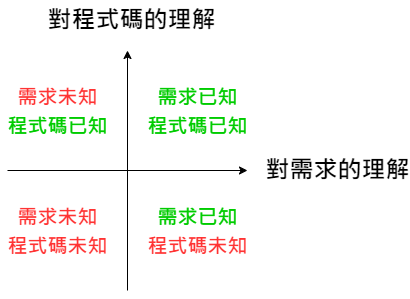
Earlier version of the draw.io export images/notes/2025/02/two-factor-matrix.png (YNCBearz/YNCBearz.github.io). Source tidied: cells renumbered, new cells last; positions are measured from the earlier drawing's top-left corner, leaving out a move shared by most shapes.
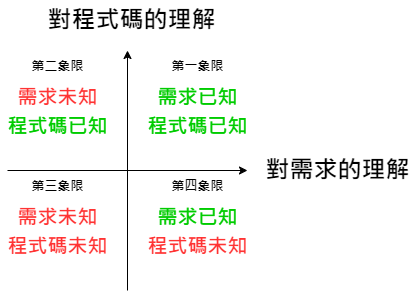
Above is the later version.

What changed in the source:
```diff
@@ -32,5 +32,17 @@
     <mxCell id="9" value="&lt;font style=&quot;font-size: 20px;&quot;&gt;&lt;font style=&quot;color: rgb(255, 51, 51);&quot;&gt;需求未知&lt;/font&gt;&lt;br&gt;&lt;font style=&quot;color: rgb(0, 204, 0);&quot;&gt;程式碼已知&lt;/font&gt;&lt;/font&gt;" style="text;strokeColor=none;fillColor=none;html=1;fontSize=24;fontStyle=1;verticalAlign=middle;align=center;" parent="1" vertex="1">
       <mxGeometry y="90" width="100" height="40" as="geometry" />
     </mxCell>
+    <mxCell id="10" value="&lt;font style=&quot;font-size: 13px;&quot;&gt;&lt;b&gt;第二象限&lt;/b&gt;&lt;/font&gt;" style="text;html=1;align=center;verticalAlign=middle;strokeColor=none;fillColor=none;" parent="1" vertex="1">
+      <mxGeometry x="10" y="50" width="80" height="30" as="geometry" />
+    </mxCell>
+    <mxCell id="11" value="&lt;font style=&quot;font-size: 13px;&quot;&gt;&lt;b&gt;第一象限&lt;/b&gt;&lt;/font&gt;" style="text;html=1;align=center;verticalAlign=middle;strokeColor=none;fillColor=none;" parent="1" vertex="1">
+      <mxGeometry x="150" y="50" width="80" height="30" as="geometry" />
+    </mxCell>
+    <mxCell id="12" value="&lt;font style=&quot;font-size: 13px;&quot;&gt;&lt;b&gt;第三象限&lt;/b&gt;&lt;/font&gt;" style="text;html=1;align=center;verticalAlign=middle;strokeColor=none;fillColor=none;" parent="1" vertex="1">
+      <mxGeometry x="10" y="170" width="80" height="30" as="geometry" />
+    </mxCell>
+    <mxCell id="13" value="&lt;font style=&quot;font-size: 13px;&quot;&gt;&lt;b&gt;第四象限&lt;/b&gt;&lt;/font&gt;" style="text;html=1;align=center;verticalAlign=middle;strokeColor=none;fillColor=none;" parent="1" vertex="1">
+      <mxGeometry x="150" y="170" width="80" height="30" as="geometry" />
+    </mxCell>
   </root>
 </mxGraphModel>
```
